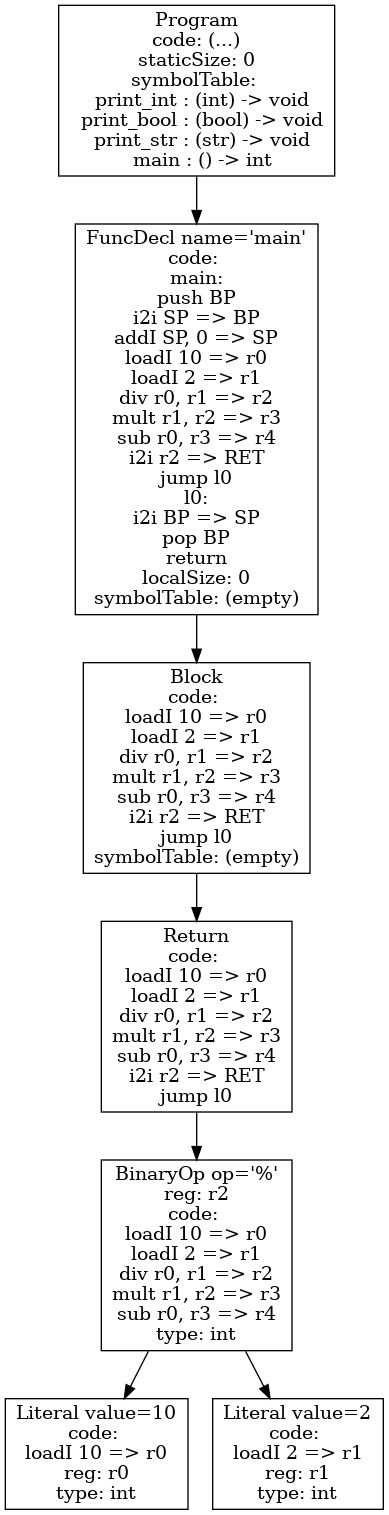
Before: p4-codegen/ast.png, a diagram exported from Graphviz (tran3jm/f22_compilers). Its source is kept beside it as p4-codegen/ast.dot. The source it was exported from:
```dot
digraph AST {
5 [shape=box, label="Literal value=10\ncode: \nloadI 10 => r0\nreg: r0\ntype: int"];
6 [shape=box, label="Literal value=2\ncode: \nloadI 2 => r1\nreg: r1\ntype: int"];
4 [shape=box, label="BinaryOp op='%'\nreg: r2\ncode: \nloadI 10 => r0\nloadI 2 => r1\ndiv r0, r1 => r2\nmult r1, r2 => r3\nsub r0, r3 => r4\ntype: int"];
4 -> 5;
4 -> 6;
3 [shape=box, label="Return\ncode: \nloadI 10 => r0\nloadI 2 => r1\ndiv r0, r1 => r2\nmult r1, r2 => r3\nsub r0, r3 => r4\ni2i r2 => RET\njump l0"];
3 -> 4;
2 [shape=box, label="Block\ncode: \nloadI 10 => r0\nloadI 2 => r1\ndiv r0, r1 => r2\nmult r1, r2 => r3\nsub r0, r3 => r4\ni2i r2 => RET\njump l0\nsymbolTable: (empty)"];
2 -> 3;
1 [shape=box, label="FuncDecl name='main'\ncode: \nmain:\npush BP\ni2i SP => BP\naddI SP, 0 => SP\nloadI 10 => r0\nloadI 2 => r1\ndiv r0, r1 => r2\nmult r1, r2 => r3\nsub r0, r3 => r4\ni2i r2 => RET\njump l0\nl0:\ni2i BP => SP\npop BP\nreturn\nlocalSize: 0\nsymbolTable: (empty)"];
1 -> 2;
0 [shape=box, label="Program\ncode: (...)\nstaticSize: 0\nsymbolTable: \n  print_int : (int) -> void\n  print_bool : (bool) -> void\n  print_str : (str) -> void\n  main : () -> int"];
0 -> 1;
}
```
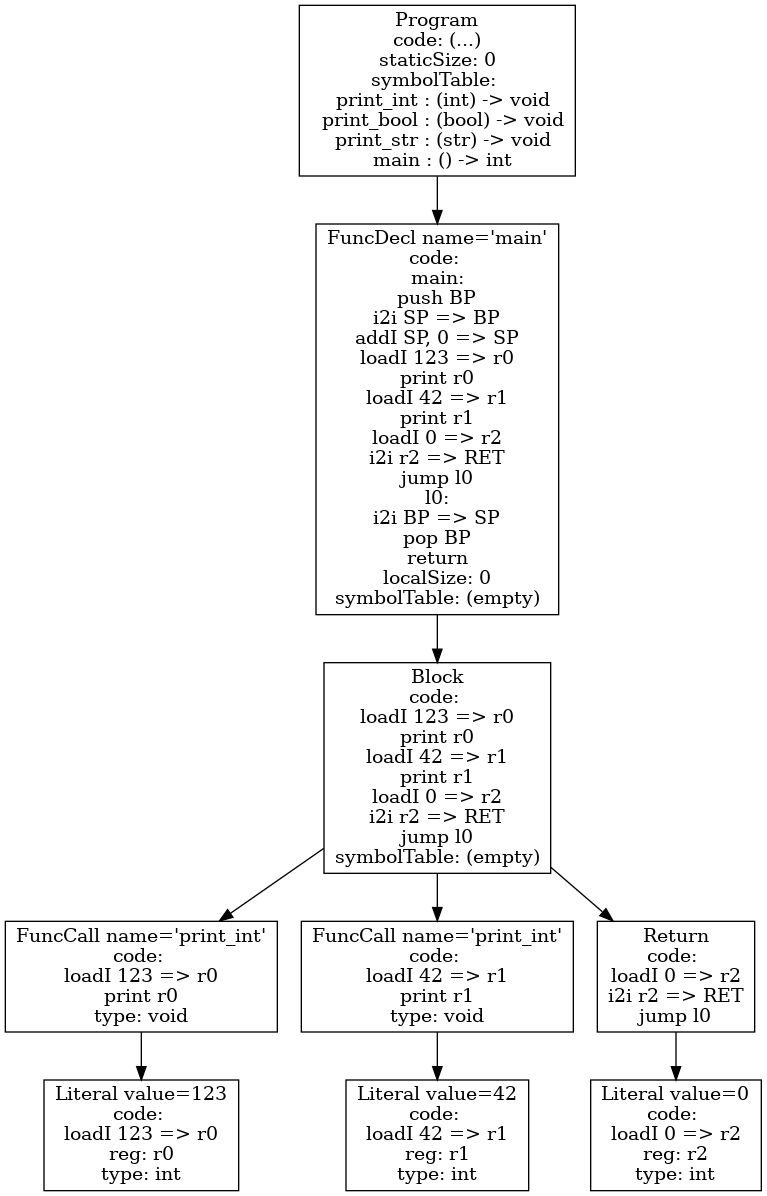
After the change.

Diff of the diagram source:
```diff
@@ -1,14 +1,22 @@
 digraph AST {
-5 [shape=box, label="Literal value=10\ncode: \nloadI 10 => r0\nreg: r0\ntype: int"];
-6 [shape=box, label="Literal value=2\ncode: \nloadI 2 => r1\nreg: r1\ntype: int"];
-4 [shape=box, label="BinaryOp op='%'\nreg: r2\ncode: \nloadI 10 => r0\nloadI 2 => r1\ndiv r0, r1 => r2\nmult r1, r2 => r3\nsub r0, r3 => r4\ntype: int"];
-4 -> 5;
-4 -> 6;
-3 [shape=box, label="Return\ncode: \nloadI 10 => r0\nloadI 2 => r1\ndiv r0, r1 => r2\nmult r1, r2 => r3\nsub r0, r3 => r4\ni2i r2 => RET\njump l0"];
+4 [shape=box, label="Literal value='Hello, world!\n'\ncode: \nloadI "Hello, world!\n" => r0\nreg: r0\ntype: str"];
+3 [shape=box, label="FuncCall name='print_str'\ncode: \nprint "Hello, world!\n"\ntype: void"];
 3 -> 4;
-2 [shape=box, label="Block\ncode: \nloadI 10 => r0\nloadI 2 => r1\ndiv r0, r1 => r2\nmult r1, r2 => r3\nsub r0, r3 => r4\ni2i r2 => RET\njump l0\nsymbolTable: (empty)"];
+6 [shape=box, label="Literal value='My name is \"Decaf\"\n'\ncode: \nloadI "My name is \"Decaf\"\n" => r1\nreg: r1\ntype: str"];
+5 [shape=box, label="FuncCall name='print_str'\ncode: \nprint "My name is \"Decaf\"\n"\ntype: void"];
+5 -> 6;
+8 [shape=box, label="Literal value='Good\tbye!\n'\ncode: \nloadI "Good\tbye!\n" => r2\nreg: r2\ntype: str"];
+7 [shape=box, label="FuncCall name='print_str'\ncode: \nprint "Good\tbye!\n"\ntype: void"];
+7 -> 8;
+10 [shape=box, label="Literal value=0\ncode: \nloadI 0 => r3\nreg: r3\ntype: int"];
+9 [shape=box, label="Return\ncode: \nloadI 0 => r3\ni2i r3 => RET\njump l0"];
+9 -> 10;
+2 [shape=box, label="Block\ncode: \nprint "Hello, world!\n"\nprint "My name is \"Decaf\"\n"\nprint "Good\tbye!\n"\nloadI 0 => r3\ni2i r3 => RET\njump l0\nsymbolTable: (empty)"];
 2 -> 3;
-1 [shape=box, label="FuncDecl name='main'\ncode: \nmain:\npush BP\ni2i SP => BP\naddI SP, 0 => SP\nloadI 10 => r0\nloadI 2 => r1\ndiv r0, r1 => r2\nmult r1, r2 => r3\nsub r0, r3 => r4\ni2i r2 => RET\njump l0\nl0:\ni2i BP => SP\npop BP\nreturn\nlocalSize: 0\nsymbolTable: (empty)"];
+2 -> 5;
+2 -> 7;
+2 -> 9;
+1 [shape=box, label="FuncDecl name='main'\ncode: \nmain:\npush BP\ni2i SP => BP\naddI SP, 0 => SP\nprint "Hello, world!\n"\nprint "My name is \"Decaf\"\n"\nprint "Good\tbye!\n"\nloadI 0 => r3\ni2i r3 => RET\njump l0\nl0:\ni2i BP => SP\npop BP\nreturn\nlocalSize: 0\nsymbolTable: (empty)"];
 1 -> 2;
 0 [shape=box, label="Program\ncode: (...)\nstaticSize: 0\nsymbolTable: \n  print_int : (int) -> void\n  print_bool : (bool) -> void\n  print_str : (str) -> void\n  main : () -> int"];
 0 -> 1;
```
